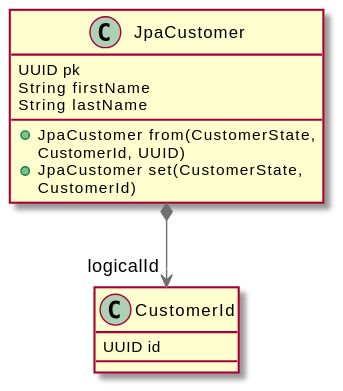
vondacho/arch-blueprint-kotlin keeps this PlantUML diagram as uml/data-model.svg. Above is the earlier version. Its diagram source:
```plantuml
@startuml

!includeurl https://raw.githubusercontent.com/skleanthous/C4-PlantumlSkin/master/build/output/general/general.puml

class JpaCustomer {
    UUID pk
    String firstName
    String lastName

    +JpaCustomer from(CustomerState, CustomerId, UUID)
    +JpaCustomer set(CustomerState, CustomerId)
}

JpaCustomer *--> "logicalId" CustomerId

class CustomerId {
    UUID id
}

@enduml
```
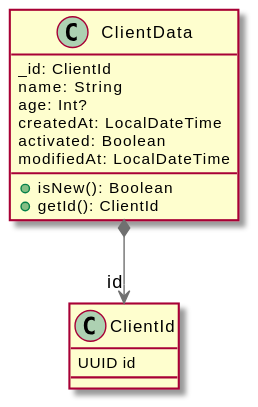
After the change.

Change to the diagram source:
```diff
@@ -2,18 +2,21 @@
 
 !includeurl https://raw.githubusercontent.com/skleanthous/C4-PlantumlSkin/master/build/output/general/general.puml
 
-class JpaCustomer {
-    UUID pk
-    String firstName
-    String lastName
+class ClientData {
+    _id: ClientId
+    name: String
+    age: Int?
+    createdAt: LocalDateTime
+    activated: Boolean
+    modifiedAt: LocalDateTime
 
-    +JpaCustomer from(CustomerState, CustomerId, UUID)
-    +JpaCustomer set(CustomerState, CustomerId)
+    +isNew(): Boolean
+    +getId(): ClientId
 }
 
-JpaCustomer *--> "logicalId" CustomerId
+ClientData *--> "id" ClientId
 
-class CustomerId {
+class ClientId {
     UUID id
 }
 
```
